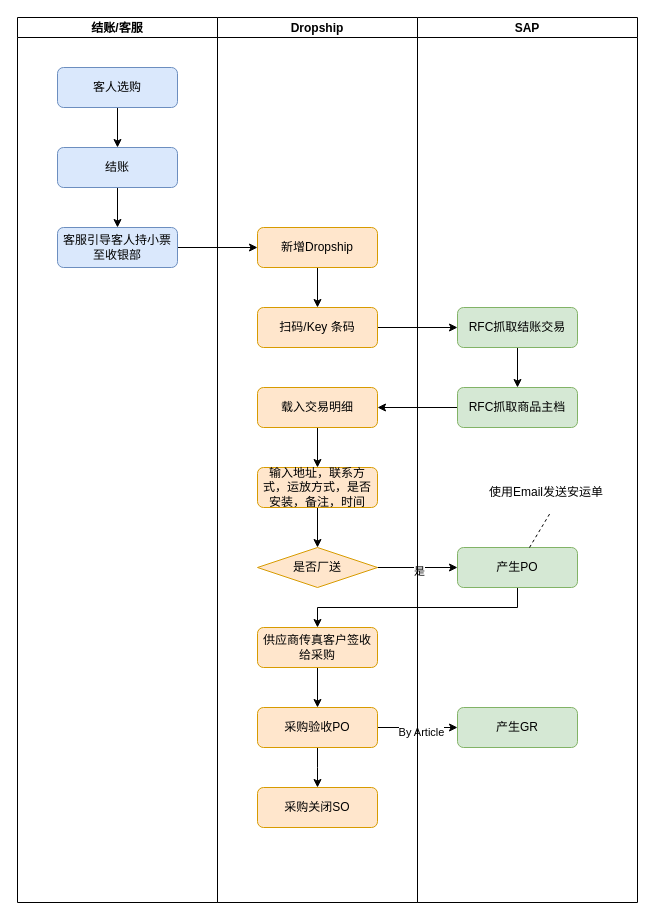
The draw.io diagram page "销售" (1 of 8) of Special Order.drawio in luss613/draw.io, before the edit. Source tidied: cells renumbered, new cells numbered last; positions are measured from the earlier drawing's top-left corner, leaving out a move shared by most shapes. Both pictures are drawn from the tidied source at 100%, with x=0, y=0 at pixel (17, 17).
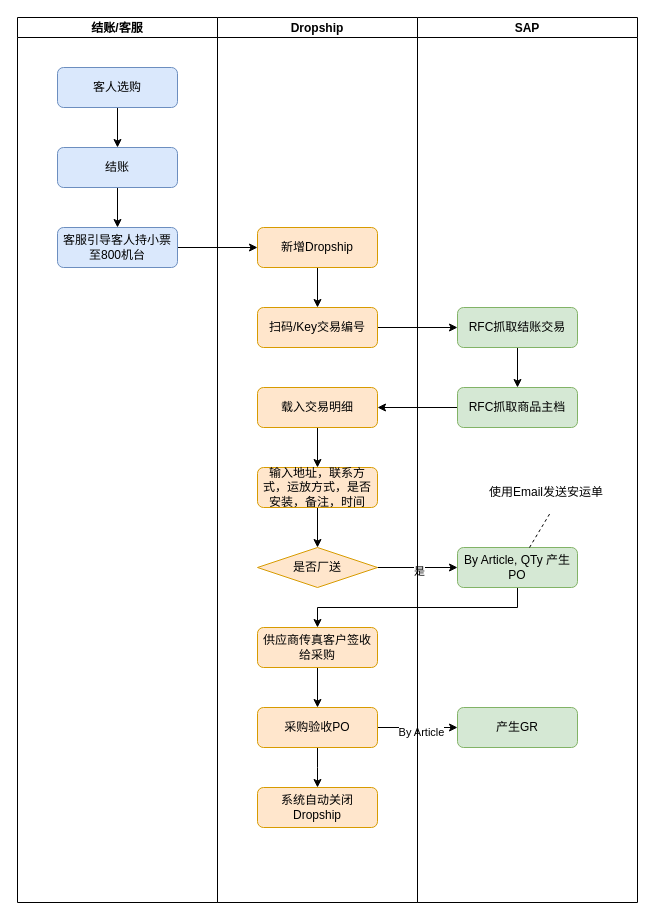
The same diagram, later.

What changed in the source:
```diff
@@
-    <mxCell id="7" value="扫码/Key 条码" style="rounded=1;whiteSpace=wrap;html=1;fontSize=12;glass=0;strokeWidth=1;shadow=0;fillColor=#ffe6cc;strokeColor=#d79b00;" parent="1" vertex="1">
+    <mxCell id="7" value="扫码/Key交易编号" style="rounded=1;whiteSpace=wrap;html=1;fontSize=12;glass=0;strokeWidth=1;shadow=0;fillColor=#ffe6cc;strokeColor=#d79b00;" parent="1" vertex="1">
       <mxGeometry x="240" y="290" width="120" height="40" as="geometry" />
     </mxCell>
@@
-    <mxCell id="9" value="客服引导客人持小票至收银部" style="rounded=1;whiteSpace=wrap;html=1;fontSize=12;glass=0;strokeWidth=1;shadow=0;fillColor=#dae8fc;strokeColor=#6c8ebf;" parent="1" vertex="1">
+    <mxCell id="9" value="客服引导客人持小票至800机台" style="rounded=1;whiteSpace=wrap;html=1;fontSize=12;glass=0;strokeWidth=1;shadow=0;fillColor=#dae8fc;strokeColor=#6c8ebf;" parent="1" vertex="1">
       <mxGeometry x="40" y="210" width="120" height="40" as="geometry" />
     </mxCell>
@@
-    <mxCell id="19" value="产生PO" style="rounded=1;whiteSpace=wrap;html=1;fontSize=12;glass=0;strokeWidth=1;shadow=0;fillColor=#d5e8d4;strokeColor=#82b366;" parent="1" vertex="1">
+    <mxCell id="19" value="By Article, QTy 产生PO" style="rounded=1;whiteSpace=wrap;html=1;fontSize=12;glass=0;strokeWidth=1;shadow=0;fillColor=#d5e8d4;strokeColor=#82b366;" parent="1" vertex="1">
       <mxGeometry x="440" y="530" width="120" height="40" as="geometry" />
     </mxCell>
@@
-    <mxCell id="33" value="采购关闭SO" style="rounded=1;whiteSpace=wrap;html=1;fontSize=12;glass=0;strokeWidth=1;shadow=0;fillColor=#ffe6cc;strokeColor=#d79b00;" parent="1" vertex="1">
+    <mxCell id="33" value="系统自动关闭Dropship" style="rounded=1;whiteSpace=wrap;html=1;fontSize=12;glass=0;strokeWidth=1;shadow=0;fillColor=#ffe6cc;strokeColor=#d79b00;" parent="1" vertex="1">
       <mxGeometry x="240" y="770" width="120" height="40" as="geometry" />
     </mxCell>
```
